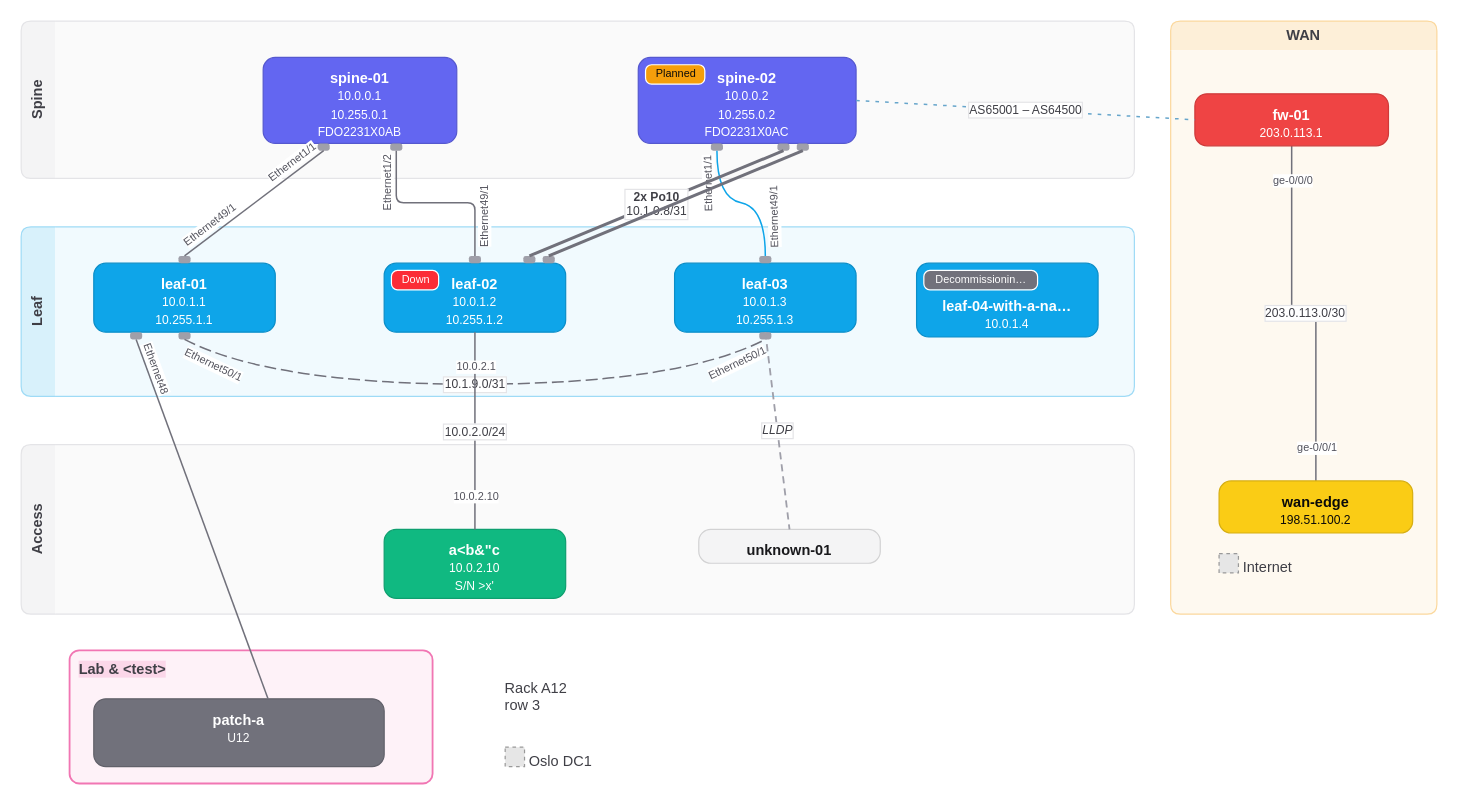
Before: frontend/src/lib/diagram/__golden__/fabric-detailed.drawio in danbyte-net/danbyte, a draw.io diagram. Source tidied: cells renumbered, new cells numbered last; positions are measured from the earlier drawing's top-left corner, leaving out a move shared by most shapes. Both pictures are drawn from the tidied source at 121%, with x=0, y=0 at pixel (21, 21). Pictures stored in the file or linked from it are replaced by grey dashed boxes.
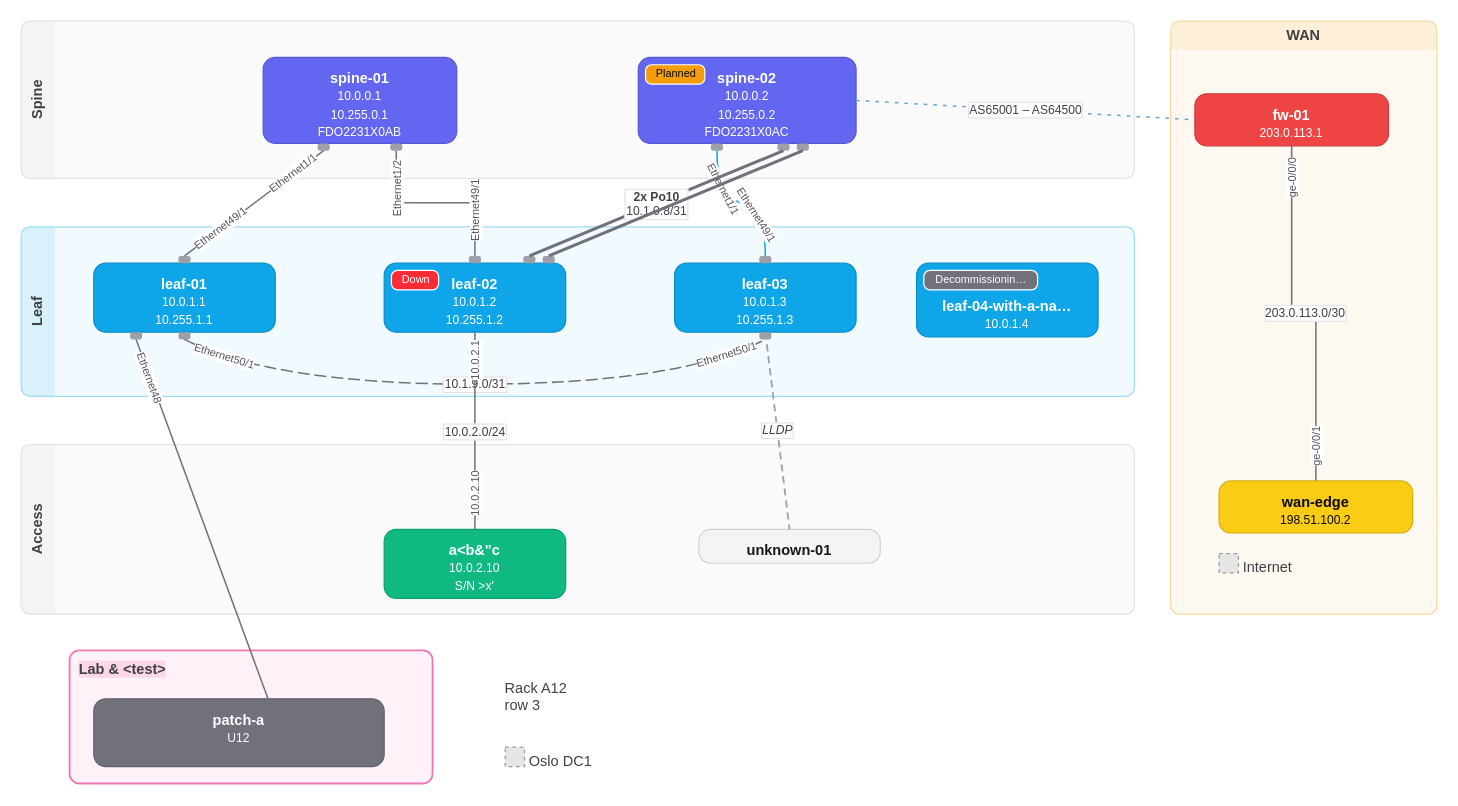
The same page after the edit.

The change refers to these unchanged cells:
```xml
<mxCell id="32" style="edgeStyle=none;rounded=0;html=1;endArrow=none;startArrow=none;strokeColor=#71717b;strokeWidth=1.25;exitX=0.5;exitY=1;exitPerimeter=0;entryX=0.5;entryY=0;entryPerimeter=0;fontFamily=Helvetica;fontSize=10;fontColor=#3f3f46;labelBackgroundColor=#ffffff;labelBorderColor=#e4e4e7;" parent="1" edge="1" source="5" target="14">
  <mxGeometry relative="1" as="geometry" />
</mxCell>
<mxCell id="35" style="edgeStyle=orthogonalEdgeStyle;rounded=1;arcSize=12;html=1;endArrow=none;startArrow=none;strokeColor=#71717b;strokeWidth=1.25;exitX=0.5;exitY=1;exitPerimeter=0;entryX=0.5;entryY=0;entryPerimeter=0;fontFamily=Helvetica;fontSize=10;fontColor=#3f3f46;labelBackgroundColor=#ffffff;labelBorderColor=#e4e4e7;" parent="1" edge="1" source="6" target="19">
  <mxGeometry relative="1" as="geometry">
    <Array as="points">
      <mxPoint x="310" y="150" />
      <mxPoint x="375" y="150" />
    </Array>
  </mxGeometry>
</mxCell>
<mxCell id="38" style="edgeStyle=none;curved=1;rounded=0;html=1;endArrow=none;startArrow=none;strokeColor=#0ea5e9;strokeWidth=1.25;exitX=0.5;exitY=1;exitPerimeter=0;entryX=0.5;entryY=0;entryPerimeter=0;fontFamily=Helvetica;fontSize=10;fontColor=#3f3f46;labelBackgroundColor=#ffffff;labelBorderColor=#e4e4e7;" parent="1" edge="1" source="9" target="23">
  <mxGeometry relative="1" as="geometry">
    <Array as="points">
      <mxPoint x="575" y="146" />
      <mxPoint x="615" y="154" />
    </Array>
  </mxGeometry>
</mxCell>
<mxCell id="43" value="10.1.9.0/31" style="edgeStyle=none;curved=1;rounded=0;html=1;endArrow=none;startArrow=none;strokeColor=#71717b;strokeWidth=1.25;dashed=1;fixDash=1;dashPattern=10 4;exitX=0.5;exitY=1;exitPerimeter=0;entryX=0.5;entryY=1;entryPerimeter=0;fontFamily=Helvetica;fontSize=10;fontColor=#3f3f46;labelBackgroundColor=#ffffff;labelBorderColor=#e4e4e7;" parent="1" edge="1" source="15" target="24">
  <mxGeometry relative="1" as="geometry">
    <Array as="points">
      <mxPoint x="207" y="300" />
      <mxPoint x="543" y="300" />
    </Array>
  </mxGeometry>
</mxCell>
<mxCell id="46" value="10.0.2.0/24" style="edgeStyle=none;rounded=0;html=1;endArrow=none;startArrow=none;strokeColor=#71717b;strokeWidth=1.25;exitX=0.5;exitY=1;exitPerimeter=0;entryX=0.5;entryY=0;entryPerimeter=0;fontFamily=Helvetica;fontSize=10;fontColor=#3f3f46;labelBackgroundColor=#ffffff;labelBorderColor=#e4e4e7;" parent="1" edge="1" source="17" target="28">
  <mxGeometry relative="1" as="geometry" />
</mxCell>
<mxCell id="49" value="203.0.113.0/30" style="edgeStyle=orthogonalEdgeStyle;rounded=1;arcSize=12;html=1;endArrow=none;startArrow=none;strokeColor=#71717b;strokeWidth=1.25;exitX=0.5;exitY=1;exitPerimeter=0;entryX=0.5;entryY=0;entryPerimeter=0;fontFamily=Helvetica;fontSize=10;fontColor=#3f3f46;labelBackgroundColor=#ffffff;labelBorderColor=#e4e4e7;" parent="1" edge="1" source="54" target="55">
  <mxGeometry relative="1" as="geometry">
    <Array as="points">
      <mxPoint x="1050" y="241" />
      <mxPoint x="1070" y="241" />
    </Array>
  </mxGeometry>
</mxCell>
<mxCell id="52" style="edgeStyle=none;rounded=0;html=1;endArrow=none;startArrow=none;strokeColor=#71717b;strokeWidth=1.25;exitX=0.6;exitY=0;exitPerimeter=0;entryX=0.5;entryY=1;entryPerimeter=0;fontFamily=Helvetica;fontSize=10;fontColor=#3f3f46;labelBackgroundColor=#ffffff;labelBorderColor=#e4e4e7;" parent="1" edge="1" source="31" target="16">
  <mxGeometry relative="1" as="geometry" />
</mxCell>
```

What changed in the source:
```diff
@@
     <mxCell id="33" value="Ethernet1/1" style="edgeLabel;html=1;align=center;verticalAlign=middle;fontFamily=Helvetica;fontSize=9;fontColor=#52525c;labelBackgroundColor=#ffffff;rotation=322.89;" parent="32" vertex="1">
-      <mxGeometry x="-0.62" relative="1" as="geometry">
-        <mxPoint x="-5" y="-6.3" as="offset" />
-      </mxGeometry>
+      <mxGeometry x="-0.55" relative="1" as="geometry" />
     </mxCell>
     <mxCell id="34" value="Ethernet49/1" style="edgeLabel;html=1;align=center;verticalAlign=middle;fontFamily=Helvetica;fontSize=9;fontColor=#52525c;labelBackgroundColor=#ffffff;rotation=322.89;" parent="32" vertex="1">
-      <mxGeometry x="0.57" relative="1" as="geometry">
-        <mxPoint x="-4.9" y="-6.3" as="offset" />
-      </mxGeometry>
+      <mxGeometry x="0.5" relative="1" as="geometry" />
     </mxCell>
@@
     <mxCell id="36" value="Ethernet1/2" style="edgeLabel;html=1;align=center;verticalAlign=middle;fontFamily=Helvetica;fontSize=9;fontColor=#52525c;labelBackgroundColor=#ffffff;rotation=270;" parent="35" vertex="1">
-      <mxGeometry x="-0.63" relative="1" as="geometry">
-        <mxPoint x="-8" y="0.1" as="offset" />
-      </mxGeometry>
+      <mxGeometry x="-0.56" relative="1" as="geometry" />
     </mxCell>
     <mxCell id="37" value="Ethernet49/1" style="edgeLabel;html=1;align=center;verticalAlign=middle;fontFamily=Helvetica;fontSize=9;fontColor=#52525c;labelBackgroundColor=#ffffff;rotation=270;" parent="35" vertex="1">
-      <mxGeometry x="0.59" relative="1" as="geometry">
-        <mxPoint x="8" y="-0.1" as="offset" />
-      </mxGeometry>
+      <mxGeometry x="0.53" relative="1" as="geometry" />
     </mxCell>
@@
-    <mxCell id="39" value="Ethernet1/1" style="edgeLabel;html=1;align=center;verticalAlign=middle;fontFamily=Helvetica;fontSize=9;fontColor=#52525c;labelBackgroundColor=#ffffff;rotation=269.06;" parent="38" vertex="1">
-      <mxGeometry x="-0.54" relative="1" as="geometry">
-        <mxPoint x="-7.5" y="0.3" as="offset" />
+    <mxCell id="39" value="Ethernet1/1" style="edgeLabel;html=1;align=center;verticalAlign=middle;fontFamily=Helvetica;fontSize=9;fontColor=#52525c;labelBackgroundColor=#ffffff;rotation=62.5;" parent="38" vertex="1">
+      <mxGeometry x="-0.48" relative="1" as="geometry">
+        <mxPoint x="5.6" y="0.4" as="offset" />
       </mxGeometry>
     </mxCell>
-    <mxCell id="40" value="Ethernet49/1" style="edgeLabel;html=1;align=center;verticalAlign=middle;fontFamily=Helvetica;fontSize=9;fontColor=#52525c;labelBackgroundColor=#ffffff;rotation=269.08;" parent="38" vertex="1">
-      <mxGeometry x="0.48" relative="1" as="geometry">
-        <mxPoint x="7.5" y="-0.4" as="offset" />
+    <mxCell id="40" value="Ethernet49/1" style="edgeLabel;html=1;align=center;verticalAlign=middle;fontFamily=Helvetica;fontSize=9;fontColor=#52525c;labelBackgroundColor=#ffffff;rotation=57.48;" parent="38" vertex="1">
+      <mxGeometry x="0.23" relative="1" as="geometry">
+        <mxPoint x="-1.5" y="6.2" as="offset" />
       </mxGeometry>
     </mxCell>
@@
-    <mxCell id="44" value="Ethernet50/1" style="edgeLabel;html=1;align=center;verticalAlign=middle;fontFamily=Helvetica;fontSize=9;fontColor=#52525c;labelBackgroundColor=#ffffff;rotation=25.54;" parent="43" vertex="1">
-      <mxGeometry x="-0.88" relative="1" as="geometry">
-        <mxPoint x="-3.2" y="6.4" as="offset" />
+    <mxCell id="44" value="Ethernet50/1" style="edgeLabel;html=1;align=center;verticalAlign=middle;fontFamily=Helvetica;fontSize=9;fontColor=#52525c;labelBackgroundColor=#ffffff;rotation=17.27;" parent="43" vertex="1">
+      <mxGeometry x="-0.86" relative="1" as="geometry">
+        <mxPoint x="1.2" y="-3" as="offset" />
       </mxGeometry>
     </mxCell>
-    <mxCell id="45" value="Ethernet50/1" style="edgeLabel;html=1;align=center;verticalAlign=middle;fontFamily=Helvetica;fontSize=9;fontColor=#52525c;labelBackgroundColor=#ffffff;rotation=334.46;" parent="43" vertex="1">
-      <mxGeometry x="0.88" relative="1" as="geometry">
-        <mxPoint x="3.1" y="6.4" as="offset" />
+    <mxCell id="45" value="Ethernet50/1" style="edgeLabel;html=1;align=center;verticalAlign=middle;fontFamily=Helvetica;fontSize=9;fontColor=#52525c;labelBackgroundColor=#ffffff;rotation=342.73;" parent="43" vertex="1">
+      <mxGeometry x="0.86" relative="1" as="geometry">
+        <mxPoint x="-1.3" y="-3" as="offset" />
       </mxGeometry>
     </mxCell>
@@
-    <mxCell id="47" value="10.0.2.1" style="edgeLabel;html=1;align=center;verticalAlign=middle;fontFamily=Helvetica;fontSize=9;fontColor=#52525c;labelBackgroundColor=#ffffff;" parent="46" vertex="1">
-      <mxGeometry x="-0.66" relative="1" as="geometry" />
+    <mxCell id="47" value="10.0.2.1" style="edgeLabel;html=1;align=center;verticalAlign=middle;fontFamily=Helvetica;fontSize=9;fontColor=#52525c;labelBackgroundColor=#ffffff;rotation=270;" parent="46" vertex="1">
+      <mxGeometry x="-0.69" relative="1" as="geometry" />
     </mxCell>
-    <mxCell id="48" value="10.0.2.10" style="edgeLabel;html=1;align=center;verticalAlign=middle;fontFamily=Helvetica;fontSize=9;fontColor=#52525c;labelBackgroundColor=#ffffff;" parent="46" vertex="1">
+    <mxCell id="48" value="10.0.2.10" style="edgeLabel;html=1;align=center;verticalAlign=middle;fontFamily=Helvetica;fontSize=9;fontColor=#52525c;labelBackgroundColor=#ffffff;rotation=270;" parent="46" vertex="1">
       <mxGeometry x="0.66" relative="1" as="geometry" />
     </mxCell>
@@
-    <mxCell id="50" value="ge-0/0/0" style="edgeLabel;html=1;align=center;verticalAlign=middle;fontFamily=Helvetica;fontSize=9;fontColor=#52525c;labelBackgroundColor=#ffffff;" parent="49" vertex="1">
+    <mxCell id="50" value="ge-0/0/0" style="edgeLabel;html=1;align=center;verticalAlign=middle;fontFamily=Helvetica;fontSize=9;fontColor=#52525c;labelBackgroundColor=#ffffff;rotation=270;" parent="49" vertex="1">
       <mxGeometry x="-0.81" relative="1" as="geometry" />
     </mxCell>
-    <mxCell id="51" value="ge-0/0/1" style="edgeLabel;html=1;align=center;verticalAlign=middle;fontFamily=Helvetica;fontSize=9;fontColor=#52525c;labelBackgroundColor=#ffffff;" parent="49" vertex="1">
-      <mxGeometry x="0.81" relative="1" as="geometry" />
+    <mxCell id="51" value="ge-0/0/1" style="edgeLabel;html=1;align=center;verticalAlign=middle;fontFamily=Helvetica;fontSize=9;fontColor=#52525c;labelBackgroundColor=#ffffff;rotation=270;" parent="49" vertex="1">
+      <mxGeometry x="0.82" relative="1" as="geometry" />
     </mxCell>
@@
     <mxCell id="53" value="Ethernet48" style="edgeLabel;html=1;align=center;verticalAlign=middle;fontFamily=Helvetica;fontSize=9;fontColor=#52525c;labelBackgroundColor=#ffffff;rotation=69.85;" parent="52" vertex="1">
-      <mxGeometry x="0.83" relative="1" as="geometry">
-        <mxPoint x="7.6" y="-2.5" as="offset" />
-      </mxGeometry>
+      <mxGeometry x="0.79" relative="1" as="geometry" />
     </mxCell>
```
